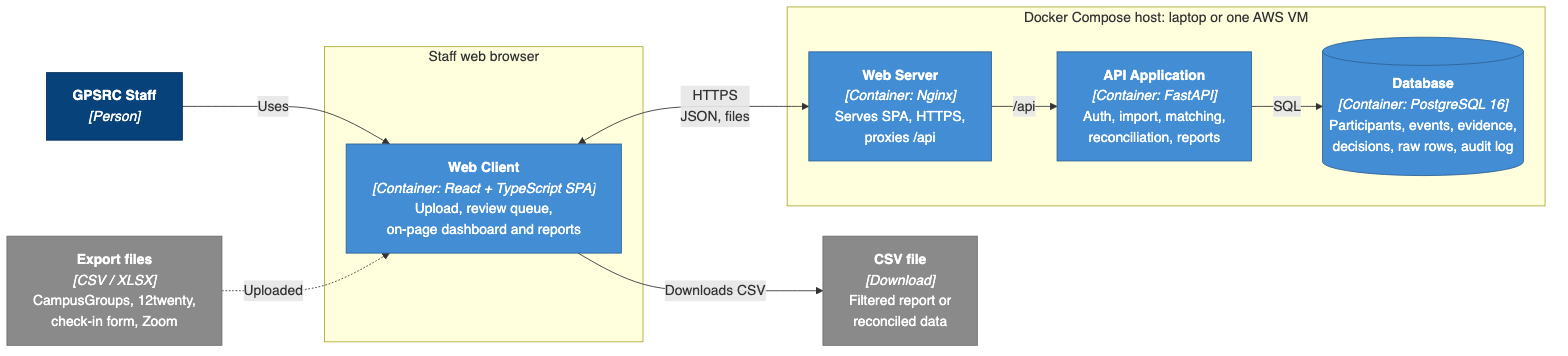
eric-song-dev/SWE277P keeps this Mermaid diagram as assignment/SWE276P/assignment/assignment1/diagrams/c4-container.png. Above is the earlier version. Its source is kept beside it as assignment/SWE276P/assignment/assignment1/diagrams/c4-container.mmd. Its diagram source:
```mermaid
flowchart LR
    user["<b>GPSRC Staff</b><br/><i>[Person]</i>"]
    files["<b>Export files</b><br/><i>[CSV / XLSX]</i><br/>CampusGroups, 12twenty,<br/>check-in form, Zoom"]
    out["<b>CSV file</b><br/><i>[Download]</i><br/>Filtered report or<br/>reconciled data"]

    subgraph browser["Staff web browser"]
        spa["<b>Web Client</b><br/><i>[Container: React + TypeScript SPA]</i><br/>Upload, review queue,<br/>on-page dashboard and reports"]
    end

    subgraph host["Docker Compose host: laptop or one AWS VM"]
        nginx["<b>Web Server</b><br/><i>[Container: Nginx]</i><br/>Serves SPA, HTTPS,<br/>proxies /api"]
        api["<b>API Application</b><br/><i>[Container: FastAPI]</i><br/>Auth, import, matching,<br/>reconciliation, reports"]
        db[("<b>Database</b><br/><i>[Container: PostgreSQL 16]</i><br/>Participants, events, evidence,<br/>decisions, raw rows, audit log")]
    end

    user -->|"Uses"| spa
    files -.->|"Uploaded"| spa
    spa <-->|"HTTPS<br/>JSON, files"| nginx
    nginx -->|"/api"| api
    api -->|"SQL"| db
    spa -->|"Downloads CSV"| out

    classDef person fill:#08427b,stroke:#052e56,color:#fff
    classDef container fill:#438dd5,stroke:#2e6295,color:#fff
    classDef external fill:#8a8a8a,stroke:#6b6b6b,color:#fff
    class user person
    class spa,nginx,api,db container
    class files,out external
```
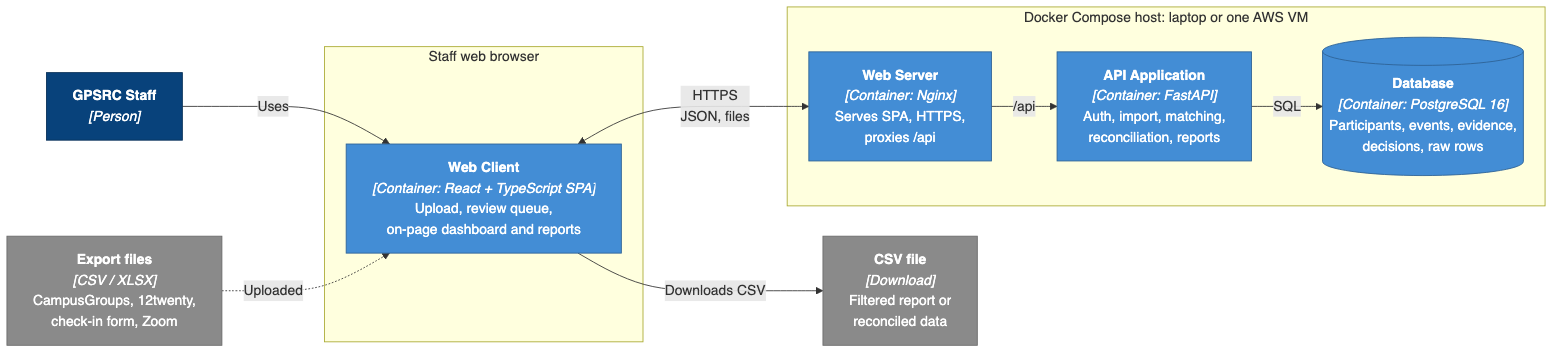
After the commit.

The edit, as a diff of the source:
```diff
@@ -10,7 +10,7 @@
     subgraph host["Docker Compose host: laptop or one AWS VM"]
         nginx["<b>Web Server</b><br/><i>[Container: Nginx]</i><br/>Serves SPA, HTTPS,<br/>proxies /api"]
         api["<b>API Application</b><br/><i>[Container: FastAPI]</i><br/>Auth, import, matching,<br/>reconciliation, reports"]
-        db[("<b>Database</b><br/><i>[Container: PostgreSQL 16]</i><br/>Participants, events, evidence,<br/>decisions, raw rows, audit log")]
+        db[("<b>Database</b><br/><i>[Container: PostgreSQL 16]</i><br/>Participants, events, evidence,<br/>decisions, raw rows")]
     end
 
     user -->|"Uses"| spa
```
